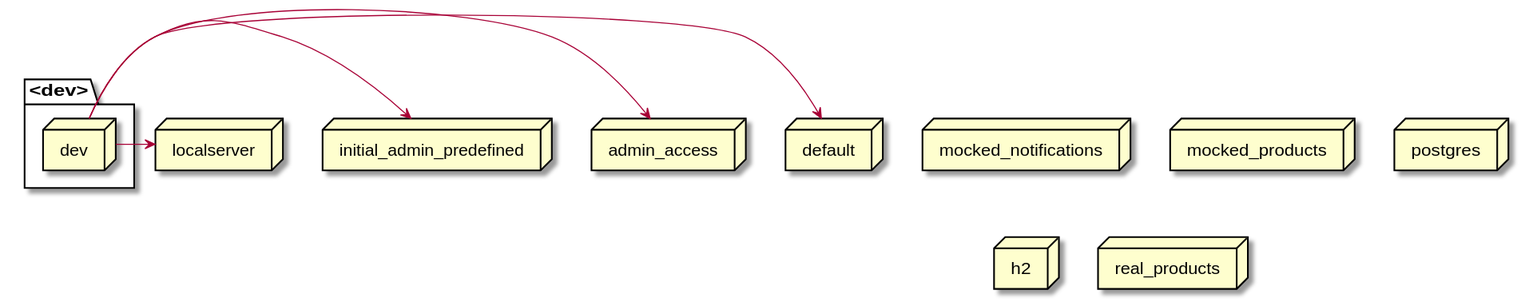
Above: docs/latest/images/gen_springprofiles-dev.svg in mercedes-benz/sechub (PlantUML), before the change.
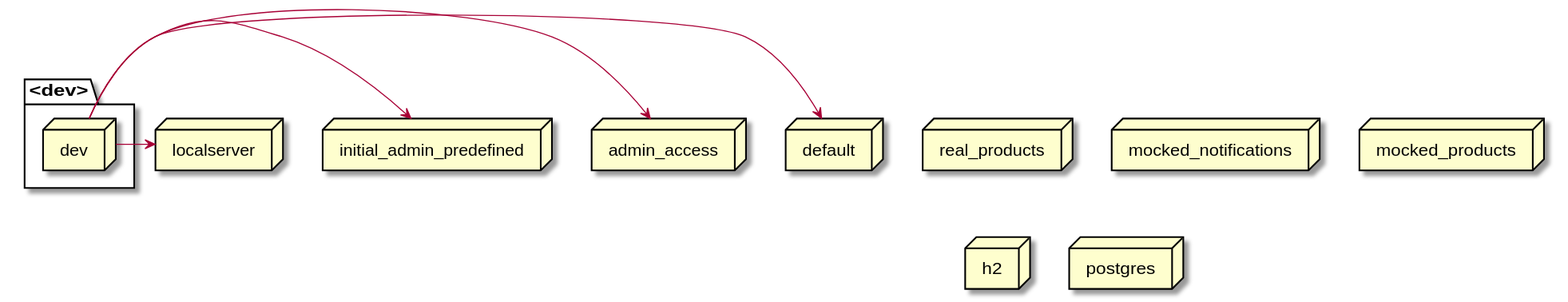
After the change.

Diff of the diagram source:
```diff
@@ -1,16 +1,16 @@
 @startuml
+node real_products
+node localserver
 node mocked_notifications
+node initial_admin_predefined
 node mocked_products
+node h2
+node admin_access
+node default
 node postgres
-node h2
-node initial_admin_predefined
 package <dev>{
    node dev
 }
-node default
-node admin_access
-node real_products
-node localserver
 dev -> localserver
 dev -> initial_admin_predefined
 dev -> admin_access
```
